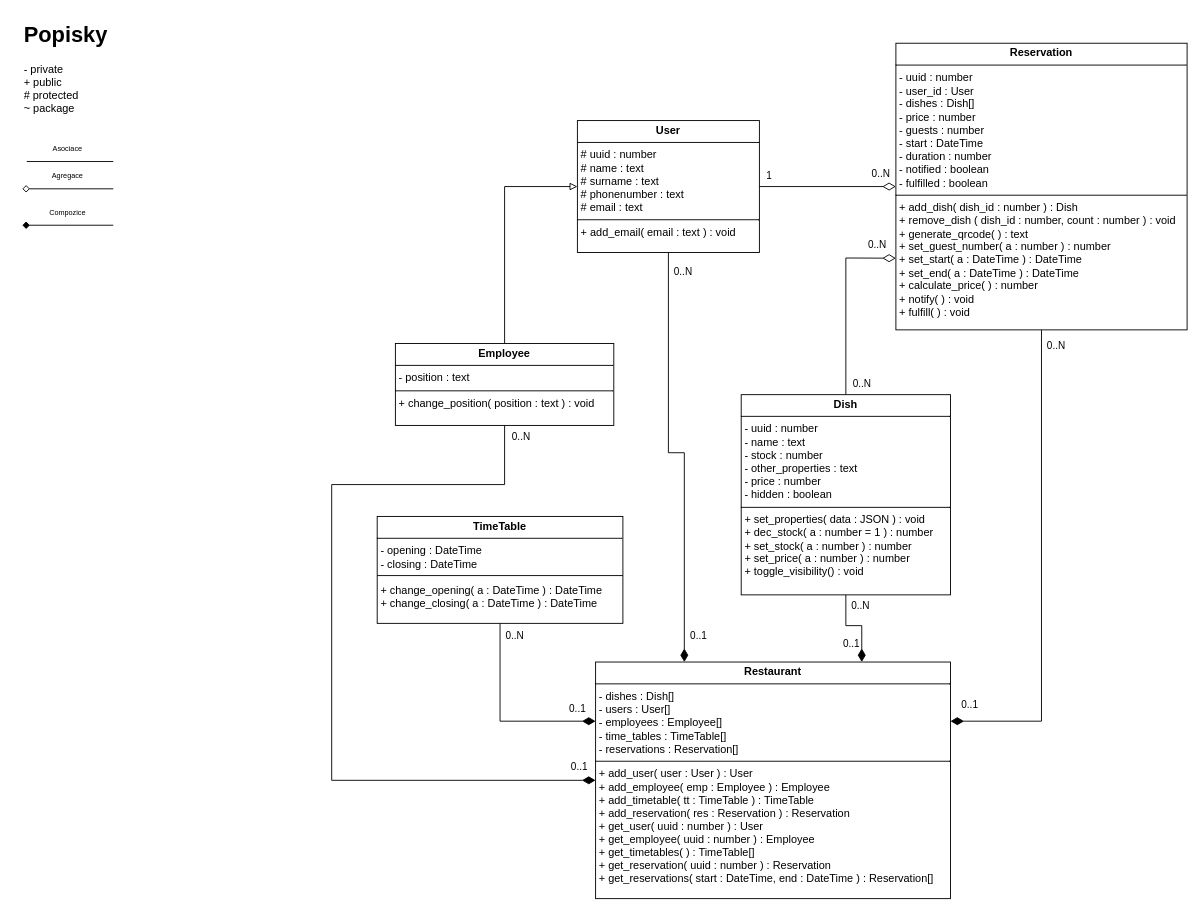
The draw.io diagram page "Třídové diagramy" (2 of 2) of Diagram.drawio in LPbigFish/SWI-Projekt, before the edit. Source tidied: cells renumbered, new cells numbered last; positions are measured from the earlier drawing's top-left corner, leaving out a move shared by most shapes. Both pictures are drawn from the tidied source at 91%, with x=0, y=0 at pixel (22, 15).
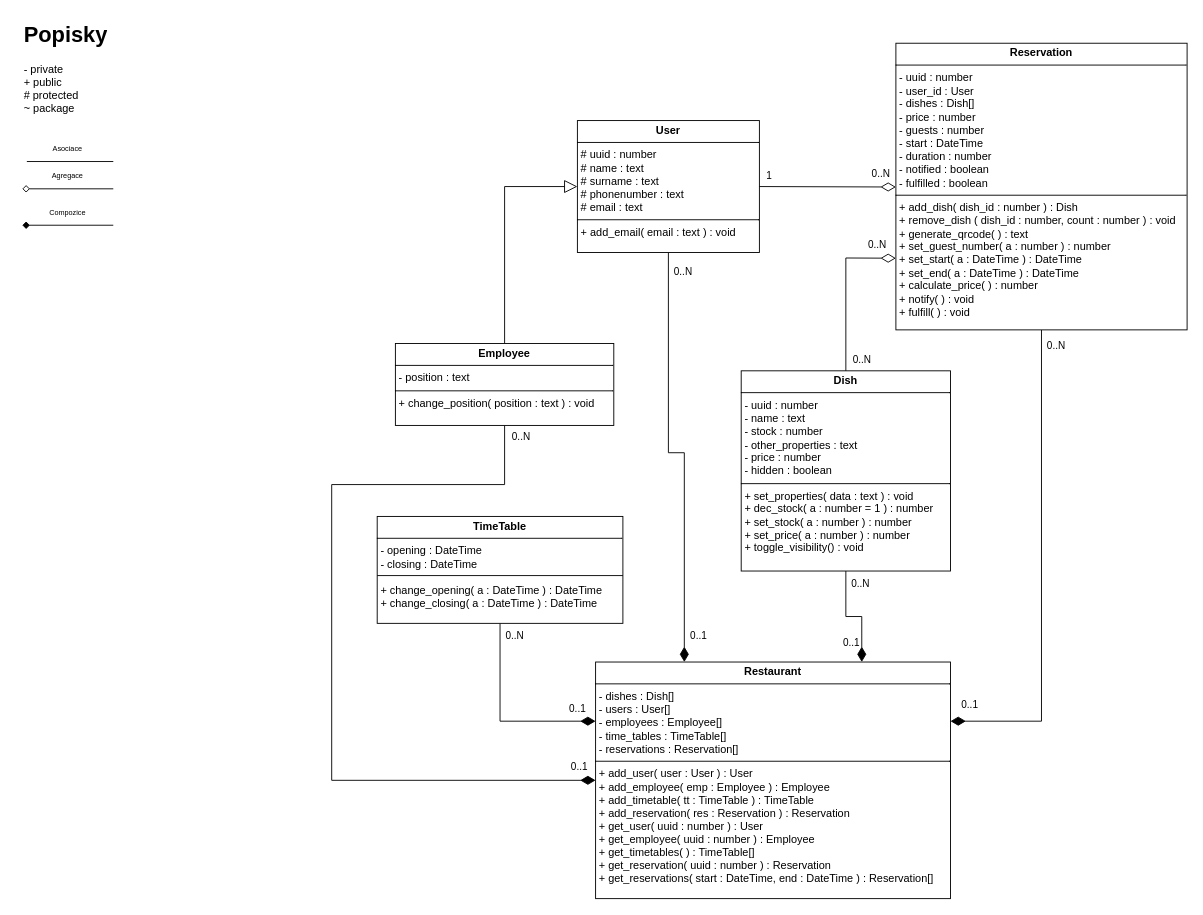
The same diagram, later.

The change refers to these unchanged cells:
```xml
<mxCell id="13" value="&lt;p style=&quot;margin:0px;margin-top:4px;text-align:center;&quot;&gt;&lt;b&gt;Employee&lt;/b&gt;&lt;/p&gt;&lt;hr size=&quot;1&quot; style=&quot;border-style:solid;&quot;&gt;&lt;p style=&quot;margin:0px;margin-left:4px;&quot;&gt;- position : text&lt;/p&gt;&lt;hr size=&quot;1&quot; style=&quot;border-style:solid;&quot;&gt;&lt;p style=&quot;margin:0px;margin-left:4px;&quot;&gt;+ change_position( position : text ) : void&lt;/p&gt;" style="verticalAlign=top;align=left;overflow=fill;html=1;whiteSpace=wrap;" parent="1" vertex="1">
  <mxGeometry x="410" y="360" width="240" height="90" as="geometry" />
</mxCell>
<mxCell id="22" value="&lt;p style=&quot;margin:0px;margin-top:4px;text-align:center;&quot;&gt;&lt;b&gt;Reservation&lt;/b&gt;&lt;/p&gt;&lt;hr size=&quot;1&quot; style=&quot;border-style:solid;&quot;&gt;&lt;p style=&quot;margin:0px;margin-left:4px;&quot;&gt;- uuid : number&lt;/p&gt;&lt;p style=&quot;margin:0px;margin-left:4px;&quot;&gt;- user_id : User&lt;/p&gt;&lt;p style=&quot;margin:0px;margin-left:4px;&quot;&gt;- dishes : Dish[]&lt;/p&gt;&lt;p style=&quot;margin:0px;margin-left:4px;&quot;&gt;- price : number&lt;/p&gt;&lt;p style=&quot;margin:0px;margin-left:4px;&quot;&gt;- guests : number&lt;/p&gt;&lt;p style=&quot;margin:0px;margin-left:4px;&quot;&gt;- start : DateTime&lt;/p&gt;&lt;p style=&quot;margin:0px;margin-left:4px;&quot;&gt;- duration : number&lt;/p&gt;&lt;p style=&quot;margin:0px;margin-left:4px;&quot;&gt;- notified : boolean&lt;/p&gt;&lt;p style=&quot;margin:0px;margin-left:4px;&quot;&gt;- fulfilled : boolean&lt;/p&gt;&lt;hr size=&quot;1&quot; style=&quot;border-style:solid;&quot;&gt;&lt;p style=&quot;margin:0px;margin-left:4px;&quot;&gt;+ add_dish( dish_id : number ) : Dish&lt;/p&gt;&lt;p style=&quot;margin:0px;margin-left:4px;&quot;&gt;+ remove_dish ( dish_id : number, count : number ) : void&lt;/p&gt;&lt;p style=&quot;margin:0px;margin-left:4px;&quot;&gt;+ generate_qrcode( ) : text&lt;/p&gt;&lt;p style=&quot;margin:0px;margin-left:4px;&quot;&gt;+ set_guest_number( a : number ) : number&lt;/p&gt;&lt;p style=&quot;margin:0px;margin-left:4px;&quot;&gt;+ set_start( a : DateTime ) : DateTime&lt;/p&gt;&lt;p style=&quot;margin:0px;margin-left:4px;&quot;&gt;+ set_end( a : DateTime ) : DateTime&lt;/p&gt;&lt;p style=&quot;margin:0px;margin-left:4px;&quot;&gt;+ calculate_price( ) : number&lt;/p&gt;&lt;p style=&quot;margin:0px;margin-left:4px;&quot;&gt;+ notify( ) : void&lt;/p&gt;&lt;p style=&quot;margin:0px;margin-left:4px;&quot;&gt;+ fulfill( ) : void&lt;/p&gt;" style="verticalAlign=top;align=left;overflow=fill;html=1;whiteSpace=wrap;" parent="1" vertex="1">
  <mxGeometry x="960" y="30" width="320" height="315" as="geometry" />
</mxCell>
<mxCell id="26" value="&lt;p style=&quot;margin:0px;margin-top:4px;text-align:center;&quot;&gt;&lt;b&gt;User&lt;/b&gt;&lt;/p&gt;&lt;hr size=&quot;1&quot; style=&quot;border-style:solid;&quot;&gt;&lt;p style=&quot;margin:0px;margin-left:4px;&quot;&gt;# uuid : number&lt;/p&gt;&lt;p style=&quot;margin:0px;margin-left:4px;&quot;&gt;# name : text&lt;/p&gt;&lt;p style=&quot;margin:0px;margin-left:4px;&quot;&gt;# surname : text&lt;/p&gt;&lt;p style=&quot;margin:0px;margin-left:4px;&quot;&gt;# phonenumber : text&lt;/p&gt;&lt;p style=&quot;margin:0px;margin-left:4px;&quot;&gt;# email : text&lt;/p&gt;&lt;hr size=&quot;1&quot; style=&quot;border-style:solid;&quot;&gt;&lt;p style=&quot;margin:0px;margin-left:4px;&quot;&gt;+ add_email( email : text ) : void&lt;/p&gt;" style="verticalAlign=top;align=left;overflow=fill;html=1;whiteSpace=wrap;" parent="1" vertex="1">
  <mxGeometry x="610" y="115" width="200" height="145" as="geometry" />
</mxCell>
<mxCell id="33" value="&lt;p style=&quot;margin:0px;margin-top:4px;text-align:center;&quot;&gt;&lt;b&gt;Restaurant&lt;/b&gt;&lt;/p&gt;&lt;hr size=&quot;1&quot; style=&quot;border-style:solid;&quot;&gt;&lt;p style=&quot;margin:0px;margin-left:4px;&quot;&gt;- dishes : Dish[]&lt;/p&gt;&lt;p style=&quot;margin:0px;margin-left:4px;&quot;&gt;- users : User[]&lt;/p&gt;&lt;p style=&quot;margin:0px;margin-left:4px;&quot;&gt;- employees : Employee[]&lt;/p&gt;&lt;p style=&quot;margin:0px;margin-left:4px;&quot;&gt;- time_tables : TimeTable[]&lt;/p&gt;&lt;p style=&quot;margin:0px;margin-left:4px;&quot;&gt;- reservations : Reservation[]&lt;/p&gt;&lt;hr size=&quot;1&quot; style=&quot;border-style:solid;&quot;&gt;&lt;p style=&quot;margin:0px;margin-left:4px;&quot;&gt;+ add_user( user : User ) : User&lt;/p&gt;&lt;p style=&quot;margin:0px;margin-left:4px;&quot;&gt;+ add_employee( emp : Employee ) : Employee&lt;/p&gt;&lt;p style=&quot;margin:0px;margin-left:4px;&quot;&gt;+ add_timetable( tt : TimeTable ) : TimeTable&lt;/p&gt;&lt;p style=&quot;margin:0px;margin-left:4px;&quot;&gt;+ add_reservation( res : Reservation ) : Reservation&lt;/p&gt;&lt;p style=&quot;margin:0px;margin-left:4px;&quot;&gt;+ get_user( uuid : number ) : User&lt;/p&gt;&lt;p style=&quot;margin:0px;margin-left:4px;&quot;&gt;+ get_employee( uuid : number ) : Employee&lt;/p&gt;&lt;p style=&quot;margin:0px;margin-left:4px;&quot;&gt;+ get_timetables( ) : TimeTable[]&lt;/p&gt;&lt;p style=&quot;margin:0px;margin-left:4px;&quot;&gt;+ get_reservation( uuid : number ) : Reservation&lt;/p&gt;&lt;p style=&quot;margin:0px;margin-left:4px;&quot;&gt;+ get_reservations( start : DateTime, end : DateTime ) : Reservation[]&lt;/p&gt;" style="verticalAlign=top;align=left;overflow=fill;html=1;whiteSpace=wrap;" parent="1" vertex="1">
  <mxGeometry x="630" y="710" width="390" height="260" as="geometry" />
</mxCell>
<mxCell id="37" value="&lt;p style=&quot;margin:0px;margin-top:4px;text-align:center;&quot;&gt;&lt;b&gt;TimeTable&lt;/b&gt;&lt;/p&gt;&lt;hr size=&quot;1&quot; style=&quot;border-style:solid;&quot;&gt;&lt;p style=&quot;margin:0px;margin-left:4px;&quot;&gt;- opening : DateTime&lt;/p&gt;&lt;p style=&quot;margin:0px;margin-left:4px;&quot;&gt;- closing : DateTime&lt;/p&gt;&lt;p style=&quot;margin:0px;margin-left:4px;&quot;&gt;&lt;br&gt;&lt;/p&gt;&lt;p style=&quot;margin:0px;margin-left:4px;&quot;&gt;+ change_opening( a : DateTime ) : DateTime&lt;/p&gt;&lt;p style=&quot;margin:0px;margin-left:4px;&quot;&gt;+ change_closing( a : DateTime ) : DateTime&lt;/p&gt;" style="verticalAlign=top;align=left;overflow=fill;html=1;whiteSpace=wrap;" parent="1" vertex="1">
  <mxGeometry x="390" y="550" width="270" height="117.5" as="geometry" />
</mxCell>
```

Diff of the diagram source:
```diff
@@
-    <mxCell id="9" style="edgeStyle=orthogonalEdgeStyle;rounded=0;jettySize=auto;html=1;exitX=0.5;exitY=0;exitDx=0;exitDy=0;entryX=0;entryY=0.5;entryDx=0;entryDy=0;endArrow=block;endFill=0;" parent="1" edge="1" source="13" target="26">
+    <mxCell id="9" style="edgeStyle=orthogonalEdgeStyle;rounded=0;jettySize=auto;html=1;exitX=0.5;exitY=0;exitDx=0;exitDy=0;entryX=0;entryY=0.5;entryDx=0;entryDy=0;endArrow=block;endFill=0;endSize=12;" parent="1" edge="1" source="13" target="26">
       <mxGeometry relative="1" as="geometry" />
     </mxCell>
-    <mxCell id="10" style="edgeStyle=orthogonalEdgeStyle;rounded=0;jettySize=auto;html=1;entryX=0;entryY=0.5;entryDx=0;entryDy=0;exitX=0.5;exitY=1;exitDx=0;exitDy=0;endSize=12;endArrow=diamondThin;endFill=1;" parent="1" edge="1" source="13" target="33">
+    <mxCell id="10" style="edgeStyle=orthogonalEdgeStyle;rounded=0;jettySize=auto;html=1;entryX=0;entryY=0.5;entryDx=0;entryDy=0;exitX=0.5;exitY=1;exitDx=0;exitDy=0;endSize=14;endArrow=diamondThin;endFill=1;" parent="1" edge="1" source="13" target="33">
       <mxGeometry relative="1" as="geometry">
         <Array as="points">
           <mxPoint x="530" y="515" />
           <mxPoint x="340" y="515" />
           <mxPoint x="340" y="840" />
         </Array>
       </mxGeometry>
     </mxCell>
@@
-    <mxCell id="14" style="edgeStyle=orthogonalEdgeStyle;rounded=0;jettySize=auto;html=1;exitX=0.5;exitY=1;exitDx=0;exitDy=0;entryX=0.75;entryY=0;entryDx=0;entryDy=0;endSize=12;endArrow=diamondThin;endFill=1;" parent="1" edge="1" source="18" target="33">
+    <mxCell id="14" style="edgeStyle=orthogonalEdgeStyle;rounded=0;jettySize=auto;html=1;exitX=0.5;exitY=1;exitDx=0;exitDy=0;entryX=0.75;entryY=0;entryDx=0;entryDy=0;endSize=14;endArrow=diamondThin;endFill=1;" parent="1" edge="1" source="18" target="33">
       <mxGeometry relative="1" as="geometry">
         <Array as="points">
-          <mxPoint x="905" y="670" />
-          <mxPoint x="923" y="670" />
+          <mxPoint x="905" y="660" />
+          <mxPoint x="923" y="660" />
         </Array>
       </mxGeometry>
     </mxCell>
@@
-    <mxCell id="18" value="&lt;p style=&quot;margin:0px;margin-top:4px;text-align:center;&quot;&gt;&lt;b&gt;Dish&lt;/b&gt;&lt;/p&gt;&lt;hr size=&quot;1&quot; style=&quot;border-style:solid;&quot;&gt;&lt;p style=&quot;margin:0px;margin-left:4px;&quot;&gt;- uuid : number&lt;/p&gt;&lt;p style=&quot;margin:0px;margin-left:4px;&quot;&gt;- name : text&lt;/p&gt;&lt;p style=&quot;margin:0px;margin-left:4px;&quot;&gt;- stock : number&lt;/p&gt;&lt;p style=&quot;margin:0px;margin-left:4px;&quot;&gt;- other_properties : text&lt;/p&gt;&lt;p style=&quot;margin:0px;margin-left:4px;&quot;&gt;- price : number&lt;/p&gt;&lt;p style=&quot;margin:0px;margin-left:4px;&quot;&gt;- hidden : boolean&lt;/p&gt;&lt;hr size=&quot;1&quot; style=&quot;border-style:solid;&quot;&gt;&lt;p style=&quot;margin:0px;margin-left:4px;&quot;&gt;+ set_properties( data : JSON ) : void&lt;/p&gt;&lt;p style=&quot;margin:0px;margin-left:4px;&quot;&gt;+ dec_stock( a : number = 1 ) : number&lt;/p&gt;&lt;p style=&quot;margin:0px;margin-left:4px;&quot;&gt;+ set_stock( a : number ) : number&lt;/p&gt;&lt;p style=&quot;margin:0px;margin-left:4px;&quot;&gt;+ set_price( a : number ) : number&lt;/p&gt;&lt;p style=&quot;margin:0px;margin-left:4px;&quot;&gt;+ toggle_visibility() : void&lt;/p&gt;" style="verticalAlign=top;align=left;overflow=fill;html=1;whiteSpace=wrap;" parent="1" vertex="1">
-      <mxGeometry x="790" y="416.2" width="230" height="220" as="geometry" />
+    <mxCell id="18" value="&lt;p style=&quot;margin:0px;margin-top:4px;text-align:center;&quot;&gt;&lt;b&gt;Dish&lt;/b&gt;&lt;/p&gt;&lt;hr size=&quot;1&quot; style=&quot;border-style:solid;&quot;&gt;&lt;p style=&quot;margin:0px;margin-left:4px;&quot;&gt;- uuid : number&lt;/p&gt;&lt;p style=&quot;margin:0px;margin-left:4px;&quot;&gt;- name : text&lt;/p&gt;&lt;p style=&quot;margin:0px;margin-left:4px;&quot;&gt;- stock : number&lt;/p&gt;&lt;p style=&quot;margin:0px;margin-left:4px;&quot;&gt;- other_properties : text&lt;/p&gt;&lt;p style=&quot;margin:0px;margin-left:4px;&quot;&gt;- price : number&lt;/p&gt;&lt;p style=&quot;margin:0px;margin-left:4px;&quot;&gt;- hidden : boolean&lt;/p&gt;&lt;hr size=&quot;1&quot; style=&quot;border-style:solid;&quot;&gt;&lt;p style=&quot;margin:0px;margin-left:4px;&quot;&gt;+ set_properties( data : text ) : void&lt;/p&gt;&lt;p style=&quot;margin:0px;margin-left:4px;&quot;&gt;+ dec_stock( a : number = 1 ) : number&lt;/p&gt;&lt;p style=&quot;margin:0px;margin-left:4px;&quot;&gt;+ set_stock( a : number ) : number&lt;/p&gt;&lt;p style=&quot;margin:0px;margin-left:4px;&quot;&gt;+ set_price( a : number ) : number&lt;/p&gt;&lt;p style=&quot;margin:0px;margin-left:4px;&quot;&gt;+ toggle_visibility() : void&lt;/p&gt;" style="verticalAlign=top;align=left;overflow=fill;html=1;whiteSpace=wrap;" parent="1" vertex="1">
+      <mxGeometry x="790" y="390" width="230" height="220" as="geometry" />
     </mxCell>
-    <mxCell id="19" style="edgeStyle=orthogonalEdgeStyle;rounded=0;jettySize=auto;html=1;exitX=0.5;exitY=1;exitDx=0;exitDy=0;entryX=1;entryY=0.25;entryDx=0;entryDy=0;endSize=12;endArrow=diamondThin;endFill=1;" parent="1" edge="1" source="22" target="33">
+    <mxCell id="19" style="edgeStyle=orthogonalEdgeStyle;rounded=0;jettySize=auto;html=1;exitX=0.5;exitY=1;exitDx=0;exitDy=0;entryX=1;entryY=0.25;entryDx=0;entryDy=0;endSize=14;endArrow=diamondThin;endFill=1;" parent="1" edge="1" source="22" target="33">
       <mxGeometry relative="1" as="geometry" />
     </mxCell>
@@
-    <mxCell id="23" style="edgeStyle=orthogonalEdgeStyle;rounded=0;jettySize=auto;html=1;exitX=0.5;exitY=1;exitDx=0;exitDy=0;entryX=0.25;entryY=0;entryDx=0;entryDy=0;strokeWidth=1;endSize=12;endArrow=diamondThin;endFill=1;" parent="1" edge="1" source="26" target="33">
+    <mxCell id="23" style="edgeStyle=orthogonalEdgeStyle;rounded=0;jettySize=auto;html=1;exitX=0.5;exitY=1;exitDx=0;exitDy=0;entryX=0.25;entryY=0;entryDx=0;entryDy=0;strokeWidth=1;endSize=14;endArrow=diamondThin;endFill=1;" parent="1" edge="1" source="26" target="33">
       <mxGeometry relative="1" as="geometry" />
     </mxCell>
@@
-    <mxCell id="27" style="endArrow=diamondThin;html=1;rounded=0;entryX=0;entryY=0.75;entryDx=0;entryDy=0;endFill=0;endSize=12;exitX=0.5;exitY=0;exitDx=0;exitDy=0;" parent="1" edge="1" source="18" target="22">
+    <mxCell id="27" style="endArrow=diamondThin;html=1;rounded=0;entryX=0;entryY=0.75;entryDx=0;entryDy=0;endFill=0;endSize=14;exitX=0.5;exitY=0;exitDx=0;exitDy=0;" parent="1" edge="1" source="18" target="22">
       <mxGeometry relative="1" as="geometry">
         <Array as="points">
           <mxPoint x="905" y="266" />
         </Array>
       </mxGeometry>
     </mxCell>
@@
-    <mxCell id="30" style="endArrow=diamondThin;html=1;rounded=0;exitX=1;exitY=0.5;exitDx=0;exitDy=0;entryX=0;entryY=0.5;entryDx=0;entryDy=0;endFill=0;endSize=12;" parent="1" edge="1" source="26" target="22">
-      <mxGeometry relative="1" as="geometry" />
+    <mxCell id="30" style="endArrow=diamondThin;html=1;rounded=0;exitX=1;exitY=0.5;exitDx=0;exitDy=0;endFill=0;endSize=14;" parent="1" edge="1" source="26">
+      <mxGeometry relative="1" as="geometry">
+        <mxPoint x="960" y="188" as="targetPoint" />
+      </mxGeometry>
     </mxCell>
@@
-    <mxCell id="34" style="edgeStyle=orthogonalEdgeStyle;rounded=0;jettySize=auto;html=1;entryX=0;entryY=0.25;entryDx=0;entryDy=0;endArrow=diamondThin;endFill=1;endSize=12;exitX=0.5;exitY=1;exitDx=0;exitDy=0;" parent="1" edge="1" source="37" target="33">
+    <mxCell id="34" style="edgeStyle=orthogonalEdgeStyle;rounded=0;jettySize=auto;html=1;entryX=0;entryY=0.25;entryDx=0;entryDy=0;endArrow=diamondThin;endFill=1;endSize=14;exitX=0.5;exitY=1;exitDx=0;exitDy=0;" parent="1" edge="1" source="37" target="33">
       <mxGeometry relative="1" as="geometry" />
     </mxCell>
```
